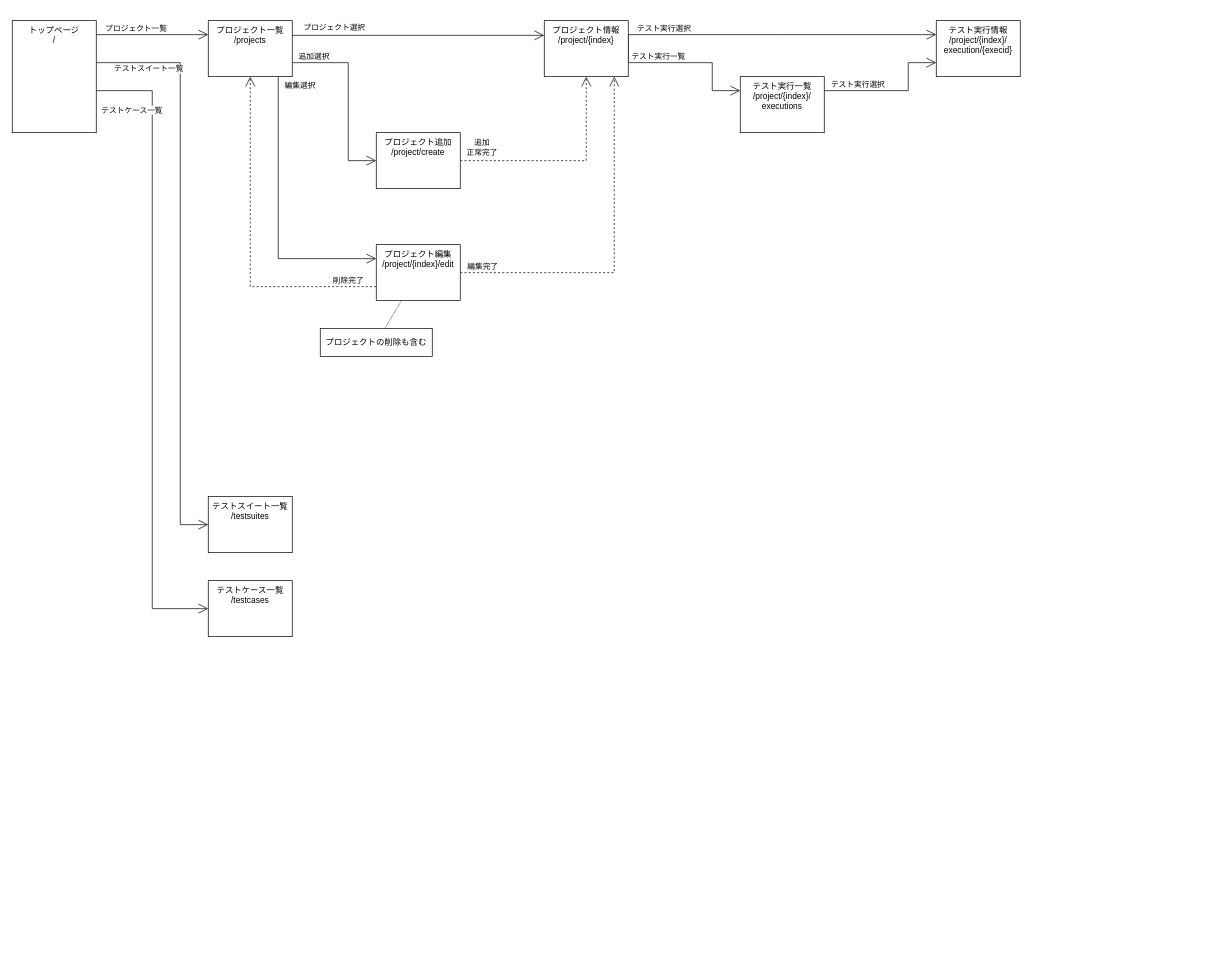
Above: doc/design/page_flow.drawio in CountrySideEngineer/TestManagement (draw.io), before the change. Source tidied: cells renumbered, new cells numbered last; positions are measured from the earlier drawing's top-left corner, leaving out a move shared by most shapes. Both pictures are drawn from the tidied source at 70%, with x=0, y=0 at pixel (12, 20).
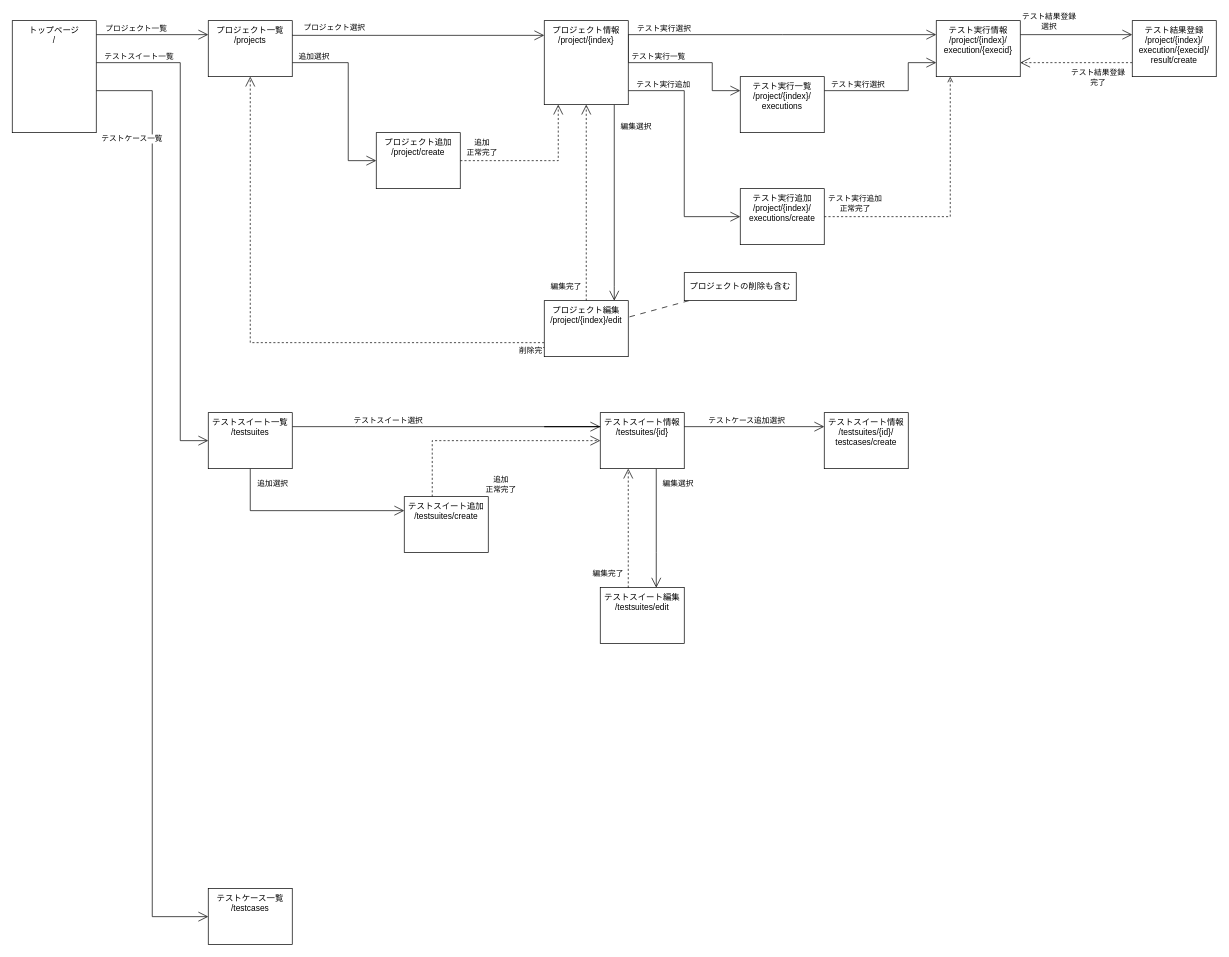
Above is the later version.

Commit message:
Update page architecture.

The change refers to these unchanged cells:
```xml
<mxCell id="8" value="トップページ&lt;div&gt;/&lt;/div&gt;" style="rounded=0;whiteSpace=wrap;html=1;verticalAlign=top;" parent="1" vertex="1">
  <mxGeometry width="120" height="160" as="geometry" />
</mxCell>
<mxCell id="14" value="プロジェクト一覧&lt;div&gt;/projects&lt;/div&gt;" style="rounded=0;whiteSpace=wrap;html=1;verticalAlign=top;" parent="1" vertex="1">
  <mxGeometry x="280" width="120" height="80" as="geometry" />
</mxCell>
<mxCell id="25" value="テスト実行情報&lt;br&gt;&lt;div&gt;/project/{index}/&lt;/div&gt;&lt;div&gt;execution/{execid}&lt;/div&gt;" style="rounded=0;whiteSpace=wrap;html=1;verticalAlign=top;" parent="1" vertex="1">
  <mxGeometry x="1320" width="120" height="80" as="geometry" />
</mxCell>
<mxCell id="28" value="プロジェクト追加&lt;div&gt;/project/create&lt;/div&gt;" style="rounded=0;whiteSpace=wrap;html=1;verticalAlign=top;" parent="1" vertex="1">
  <mxGeometry x="520" y="160" width="120" height="80" as="geometry" />
</mxCell>
```

Change to the diagram source:
```diff
@@
     <mxCell id="4" style="edgeStyle=orthogonalEdgeStyle;html=1;rounded=0;curved=0;endSize=12;endArrow=open;endFill=0;" parent="1" edge="1" source="8" target="15">
       <mxGeometry x="-0.08" relative="1" as="geometry">
         <Array as="points">
           <mxPoint x="240" y="60" />
-          <mxPoint x="240" y="720" />
+          <mxPoint x="240" y="600" />
         </Array>
       </mxGeometry>
     </mxCell>
     <mxCell id="5" value="テストスイート一覧" style="edgeLabel;html=1;align=center;verticalAlign=middle;" parent="4" vertex="1">
       <mxGeometry x="-0.66" y="-1" relative="1" as="geometry">
-        <mxPoint x="-45" y="-11" as="offset" />
+        <mxPoint x="-59" y="-11" as="offset" />
       </mxGeometry>
     </mxCell>
     <mxCell id="6" style="edgeStyle=orthogonalEdgeStyle;html=1;rounded=0;curved=0;endSize=12;endArrow=open;endFill=0;" parent="1" edge="1" source="8" target="16">
       <mxGeometry x="-0.06" relative="1" as="geometry">
         <Array as="points">
           <mxPoint x="200" y="100" />
-          <mxPoint x="200" y="840" />
+          <mxPoint x="200" y="1280" />
         </Array>
       </mxGeometry>
     </mxCell>
     <mxCell id="7" value="テストケース一覧" style="edgeLabel;html=1;align=center;verticalAlign=middle;" parent="6" vertex="1">
       <mxGeometry x="-0.65" y="1" relative="1" as="geometry">
-        <mxPoint x="-31" y="-51" as="offset" />
+        <mxPoint x="-31" y="-86" as="offset" />
       </mxGeometry>
     </mxCell>
@@
-    <mxCell id="12" style="edgeStyle=orthogonalEdgeStyle;rounded=0;jettySize=auto;html=1;endSize=12;endArrow=open;endFill=0;" parent="1" edge="1" source="14" target="33">
+    <mxCell id="12" style="edgeStyle=orthogonalEdgeStyle;rounded=0;jettySize=auto;html=1;endSize=12;endArrow=open;endFill=0;" parent="1" edge="1" source="19" target="33">
       <mxGeometry relative="1" as="geometry">
         <Array as="points">
-          <mxPoint x="380" y="340" />
+          <mxPoint x="860" y="380" />
+          <mxPoint x="860" y="380" />
         </Array>
       </mxGeometry>
     </mxCell>
     <mxCell id="13" value="編集&lt;span style=&quot;background-color: light-dark(#ffffff, var(--ge-dark-color, #121212)); color: light-dark(rgb(0, 0, 0), rgb(255, 255, 255));&quot;&gt;選択&lt;/span&gt;" style="edgeLabel;html=1;align=center;verticalAlign=middle;" parent="12" vertex="1">
       <mxGeometry x="-0.18" y="1" relative="1" as="geometry">
-        <mxPoint x="29" y="-152" as="offset" />
+        <mxPoint x="29" y="-85" as="offset" />
       </mxGeometry>
     </mxCell>
@@
+    <mxCell id="36" style="edgeStyle=orthogonalEdgeStyle;rounded=0;jettySize=auto;html=1;endArrow=open;endFill=0;endSize=12;" parent="1" edge="1" source="15" target="51">
+      <mxGeometry relative="1" as="geometry">
+        <Array as="points">
+          <mxPoint x="340" y="700" />
+        </Array>
+      </mxGeometry>
+    </mxCell>
+    <mxCell id="37" value="追加選択" style="edgeLabel;html=1;align=center;verticalAlign=middle;" parent="36" vertex="1">
+      <mxGeometry x="-0.21" relative="1" as="geometry">
+        <mxPoint x="-20" y="-40" as="offset" />
+      </mxGeometry>
+    </mxCell>
+    <mxCell id="38" style="edgeStyle=orthogonalEdgeStyle;rounded=0;jettySize=auto;html=1;endArrow=open;endFill=0;endSize=12;" parent="1" edge="1" source="60" target="55">
+      <mxGeometry relative="1" as="geometry">
+        <Array as="points">
+          <mxPoint x="920" y="760" />
+          <mxPoint x="920" y="760" />
+        </Array>
+      </mxGeometry>
+    </mxCell>
+    <mxCell id="39" value="編集選択" style="edgeLabel;html=1;align=center;verticalAlign=middle;" parent="38" vertex="1">
+      <mxGeometry x="-0.07" y="1" relative="1" as="geometry">
+        <mxPoint x="29" y="-59" as="offset" />
+      </mxGeometry>
+    </mxCell>
+    <mxCell id="40" style="edgeStyle=orthogonalEdgeStyle;rounded=0;jettySize=auto;html=1;endSize=12;endArrow=open;endFill=0;" parent="1" edge="1" source="15" target="60">
+      <mxGeometry relative="1" as="geometry">
+        <Array as="points">
+          <mxPoint x="490" y="580" />
+          <mxPoint x="490" y="580" />
+        </Array>
+      </mxGeometry>
+    </mxCell>
+    <mxCell id="41" value="テストスイート選択" style="edgeLabel;html=1;align=center;verticalAlign=middle;" parent="40" vertex="1">
+      <mxGeometry x="-0.46" y="-3" relative="1" as="geometry">
+        <mxPoint x="17" y="-13" as="offset" />
+      </mxGeometry>
+    </mxCell>
     <mxCell id="15" value="テストスイート一覧&lt;div&gt;/testsuites&lt;/div&gt;" style="rounded=0;whiteSpace=wrap;html=1;verticalAlign=top;" parent="1" vertex="1">
-      <mxGeometry x="280" y="680" width="120" height="80" as="geometry" />
+      <mxGeometry x="280" y="560" width="120" height="80" as="geometry" />
     </mxCell>
     <mxCell id="16" value="テストケース一覧&lt;div&gt;/testcases&lt;/div&gt;" style="rounded=0;whiteSpace=wrap;html=1;verticalAlign=top;" parent="1" vertex="1">
-      <mxGeometry x="280" y="800" width="120" height="80" as="geometry" />
+      <mxGeometry x="280" y="1240" width="120" height="80" as="geometry" />
     </mxCell>
@@
+    <mxCell id="42" style="edgeStyle=orthogonalEdgeStyle;rounded=0;jettySize=auto;html=1;endArrow=open;endFill=0;endSize=12;" parent="1" edge="1" source="19" target="54">
+      <mxGeometry relative="1" as="geometry">
+        <Array as="points">
+          <mxPoint x="960" y="100" />
+          <mxPoint x="960" y="280" />
+        </Array>
+      </mxGeometry>
+    </mxCell>
+    <mxCell id="43" value="テスト実行追加" style="edgeLabel;html=1;align=center;verticalAlign=middle;" parent="42" vertex="1">
+      <mxGeometry x="-0.71" y="-3" relative="1" as="geometry">
+        <mxPoint y="-13" as="offset" />
+      </mxGeometry>
+    </mxCell>
     <mxCell id="19" value="プロジェクト情報&lt;div&gt;/project/{index}&lt;/div&gt;" style="rounded=0;whiteSpace=wrap;html=1;verticalAlign=top;" parent="1" vertex="1">
-      <mxGeometry x="760" width="120" height="80" as="geometry" />
+      <mxGeometry x="760" width="120" height="120" as="geometry" />
     </mxCell>
@@
+    <mxCell id="44" style="edgeStyle=orthogonalEdgeStyle;rounded=0;orthogonalLoop=1;jettySize=auto;html=1;endArrow=open;endFill=0;endSize=12;" parent="1" edge="1">
+      <mxGeometry relative="1" as="geometry">
+        <mxPoint x="1440" y="20" as="sourcePoint" />
+        <mxPoint x="1600" y="20" as="targetPoint" />
+      </mxGeometry>
+    </mxCell>
+    <mxCell id="45" value="テスト結果登録&lt;div&gt;選択&lt;/div&gt;" style="edgeLabel;html=1;align=center;verticalAlign=middle;" parent="44" vertex="1">
+      <mxGeometry x="-0.42" y="1" relative="1" as="geometry">
+        <mxPoint x="-6" y="-19" as="offset" />
+      </mxGeometry>
+    </mxCell>
@@
     <mxCell id="26" style="edgeStyle=orthogonalEdgeStyle;rounded=0;jettySize=auto;html=1;endArrow=open;endFill=0;endSize=12;strokeColor=default;dashed=1;" parent="1" edge="1" source="28" target="19">
       <mxGeometry relative="1" as="geometry">
         <Array as="points">
-          <mxPoint x="820" y="200" />
+          <mxPoint x="780" y="200" />
         </Array>
       </mxGeometry>
     </mxCell>
     <mxCell id="27" value="追加&lt;div&gt;正常完了&lt;/div&gt;" style="edgeLabel;html=1;align=center;verticalAlign=middle;" parent="26" vertex="1">
       <mxGeometry x="0.47" y="4" relative="1" as="geometry">
-        <mxPoint x="-146" y="21" as="offset" />
+        <mxPoint x="-106" y="2" as="offset" />
       </mxGeometry>
     </mxCell>
@@
     <mxCell id="29" style="edgeStyle=orthogonalEdgeStyle;rounded=0;jettySize=auto;html=1;endSize=12;dashed=1;endArrow=open;endFill=0;" parent="1" edge="1" source="33" target="19">
       <mxGeometry relative="1" as="geometry">
         <Array as="points">
-          <mxPoint x="860" y="360" />
+          <mxPoint x="820" y="440" />
         </Array>
       </mxGeometry>
     </mxCell>
     <mxCell id="30" value="編集完了" style="edgeLabel;html=1;align=center;verticalAlign=middle;" parent="29" vertex="1">
       <mxGeometry x="-0.78" y="1" relative="1" as="geometry">
-        <mxPoint x="-24" y="-9" as="offset" />
+        <mxPoint x="-29" y="10" as="offset" />
       </mxGeometry>
     </mxCell>
     <mxCell id="31" style="edgeStyle=orthogonalEdgeStyle;rounded=0;jettySize=auto;html=1;dashed=1;endSize=12;endArrow=open;endFill=0;" parent="1" edge="1" source="33" target="14">
       <mxGeometry relative="1" as="geometry">
         <Array as="points">
-          <mxPoint x="340" y="380" />
+          <mxPoint x="340" y="460" />
         </Array>
       </mxGeometry>
     </mxCell>
     <mxCell id="32" value="削除完了" style="edgeLabel;html=1;align=center;verticalAlign=middle;" parent="31" vertex="1">
       <mxGeometry x="-0.57" y="-1" relative="1" as="geometry">
-        <mxPoint x="62" y="-9" as="offset" />
+        <mxPoint x="157" y="11" as="offset" />
       </mxGeometry>
     </mxCell>
     <mxCell id="33" value="プロジェクト編集&lt;div&gt;/project/{index}/edit&lt;/div&gt;" style="rounded=0;whiteSpace=wrap;html=1;verticalAlign=top;" parent="1" vertex="1">
-      <mxGeometry x="520" y="320" width="120" height="80" as="geometry" />
+      <mxGeometry x="760" y="400" width="120" height="80" as="geometry" />
     </mxCell>
-    <mxCell id="34" style="rounded=0;jettySize=auto;html=1;endArrow=none;endFill=0;dashed=1;dashPattern=1 1;" parent="1" edge="1" source="35" target="33">
+    <mxCell id="34" style="rounded=0;jettySize=auto;html=1;endArrow=none;endFill=0;dashed=1;dashPattern=8 8;" parent="1" edge="1" source="35" target="33">
       <mxGeometry relative="1" as="geometry" />
     </mxCell>
     <mxCell id="35" value="プロジェクトの削除も含む" style="text;html=1;align=center;verticalAlign=middle;whiteSpace=wrap;rounded=0;fillColor=default;strokeColor=default;" parent="1" vertex="1">
-      <mxGeometry x="440" y="440" width="160" height="40" as="geometry" />
+      <mxGeometry x="960" y="360" width="160" height="40" as="geometry" />
     </mxCell>
+    <mxCell id="46" style="edgeStyle=orthogonalEdgeStyle;rounded=0;orthogonalLoop=1;jettySize=auto;html=1;endArrow=open;endFill=0;dashed=1;endSize=12;" parent="1" edge="1">
+      <mxGeometry relative="1" as="geometry">
+        <mxPoint x="1600" y="60" as="sourcePoint" />
+        <mxPoint x="1440" y="60" as="targetPoint" />
+      </mxGeometry>
+    </mxCell>
+    <mxCell id="47" value="テスト結果登録&lt;div&gt;完了&lt;/div&gt;" style="edgeLabel;html=1;align=center;verticalAlign=middle;" parent="46" vertex="1">
+      <mxGeometry x="0.51" y="3" relative="1" as="geometry">
+        <mxPoint x="71" y="17" as="offset" />
+      </mxGeometry>
+    </mxCell>
+    <mxCell id="48" value="テスト結果登録&lt;br&gt;&lt;div&gt;/project/{index}/&lt;/div&gt;&lt;div&gt;execution/{execid}/&lt;/div&gt;&lt;div&gt;result/create&lt;/div&gt;" style="rounded=0;whiteSpace=wrap;html=1;verticalAlign=top;" parent="1" vertex="1">
+      <mxGeometry x="1600" width="120" height="80" as="geometry" />
+    </mxCell>
+    <mxCell id="49" style="edgeStyle=orthogonalEdgeStyle;rounded=0;jettySize=auto;html=1;endSize=12;endArrow=open;endFill=0;dashed=1;" parent="1" edge="1" source="51" target="60">
+      <mxGeometry relative="1" as="geometry">
+        <Array as="points">
+          <mxPoint x="600" y="740" />
+        </Array>
+      </mxGeometry>
+    </mxCell>
+    <mxCell id="50" value="追加&lt;div&gt;正常完了&lt;/div&gt;" style="edgeLabel;html=1;align=center;verticalAlign=middle;" parent="49" vertex="1">
+      <mxGeometry x="0.29" y="1" relative="1" as="geometry">
+        <mxPoint x="-29" y="63" as="offset" />
+      </mxGeometry>
+    </mxCell>
+    <mxCell id="51" value="テストスイート追加&lt;div&gt;/testsuites/create&lt;/div&gt;" style="rounded=0;whiteSpace=wrap;html=1;verticalAlign=top;" parent="1" vertex="1">
+      <mxGeometry x="560" y="680" width="120" height="80" as="geometry" />
+    </mxCell>
+    <mxCell id="52" style="edgeStyle=orthogonalEdgeStyle;rounded=0;jettySize=auto;html=1;endArrow=open;endFill=0;dashed=1;" parent="1" edge="1" source="54" target="25">
+      <mxGeometry relative="1" as="geometry">
+        <Array as="points">
+          <mxPoint x="1340" y="280" />
+        </Array>
+      </mxGeometry>
+    </mxCell>
+    <mxCell id="53" value="テスト実行追加&lt;div&gt;正常完了&lt;/div&gt;" style="edgeLabel;html=1;align=center;verticalAlign=middle;" parent="52" vertex="1">
+      <mxGeometry x="-0.67" y="3" relative="1" as="geometry">
+        <mxPoint x="-20" y="-17" as="offset" />
+      </mxGeometry>
+    </mxCell>
+    <mxCell id="54" value="テスト実行追加&lt;br&gt;&lt;div&gt;/project/{index}/&lt;/div&gt;&lt;div&gt;executions/create&lt;/div&gt;" style="rounded=0;whiteSpace=wrap;html=1;verticalAlign=top;" parent="1" vertex="1">
+      <mxGeometry x="1040" y="240" width="120" height="80" as="geometry" />
+    </mxCell>
+    <mxCell id="55" value="テストスイート編集&lt;div&gt;/testsuites/edit&lt;/div&gt;" style="rounded=0;whiteSpace=wrap;html=1;verticalAlign=top;" parent="1" vertex="1">
+      <mxGeometry x="840" y="810" width="120" height="80" as="geometry" />
+    </mxCell>
+    <mxCell id="56" style="edgeStyle=orthogonalEdgeStyle;rounded=0;jettySize=auto;html=1;endSize=12;endArrow=open;endFill=0;dashed=1;" parent="1" edge="1" source="55" target="60">
+      <mxGeometry relative="1" as="geometry">
+        <Array as="points">
+          <mxPoint x="880" y="690" />
+          <mxPoint x="880" y="690" />
+        </Array>
+      </mxGeometry>
+    </mxCell>
+    <mxCell id="57" value="編集完了" style="edgeLabel;html=1;align=center;verticalAlign=middle;" parent="56" vertex="1">
+      <mxGeometry x="0.29" y="1" relative="1" as="geometry">
+        <mxPoint x="-29" y="89" as="offset" />
+      </mxGeometry>
+    </mxCell>
+    <mxCell id="58" style="edgeStyle=orthogonalEdgeStyle;rounded=0;jettySize=auto;html=1;endSize=12;endArrow=open;endFill=0;" parent="1" edge="1" source="60" target="61">
+      <mxGeometry relative="1" as="geometry">
+        <Array as="points">
+          <mxPoint x="760" y="580" />
+          <mxPoint x="760" y="580" />
+        </Array>
+      </mxGeometry>
+    </mxCell>
+    <mxCell id="59" value="テストケース追加選択" style="edgeLabel;html=1;align=center;verticalAlign=middle;" parent="58" vertex="1">
+      <mxGeometry x="-0.28" y="-1" relative="1" as="geometry">
+        <mxPoint x="195" y="-11" as="offset" />
+      </mxGeometry>
+    </mxCell>
+    <mxCell id="60" value="テストスイート情報&lt;div&gt;/testsuites/{id}&lt;/div&gt;" style="rounded=0;whiteSpace=wrap;html=1;verticalAlign=top;" parent="1" vertex="1">
+      <mxGeometry x="840" y="560" width="120" height="80" as="geometry" />
+    </mxCell>
+    <mxCell id="61" value="テストスイート情報&lt;div&gt;/testsuites/{id}/&lt;/div&gt;&lt;div&gt;testcases/create&lt;/div&gt;" style="rounded=0;whiteSpace=wrap;html=1;verticalAlign=top;" parent="1" vertex="1">
+      <mxGeometry x="1160" y="560" width="120" height="80" as="geometry" />
+    </mxCell>
```
